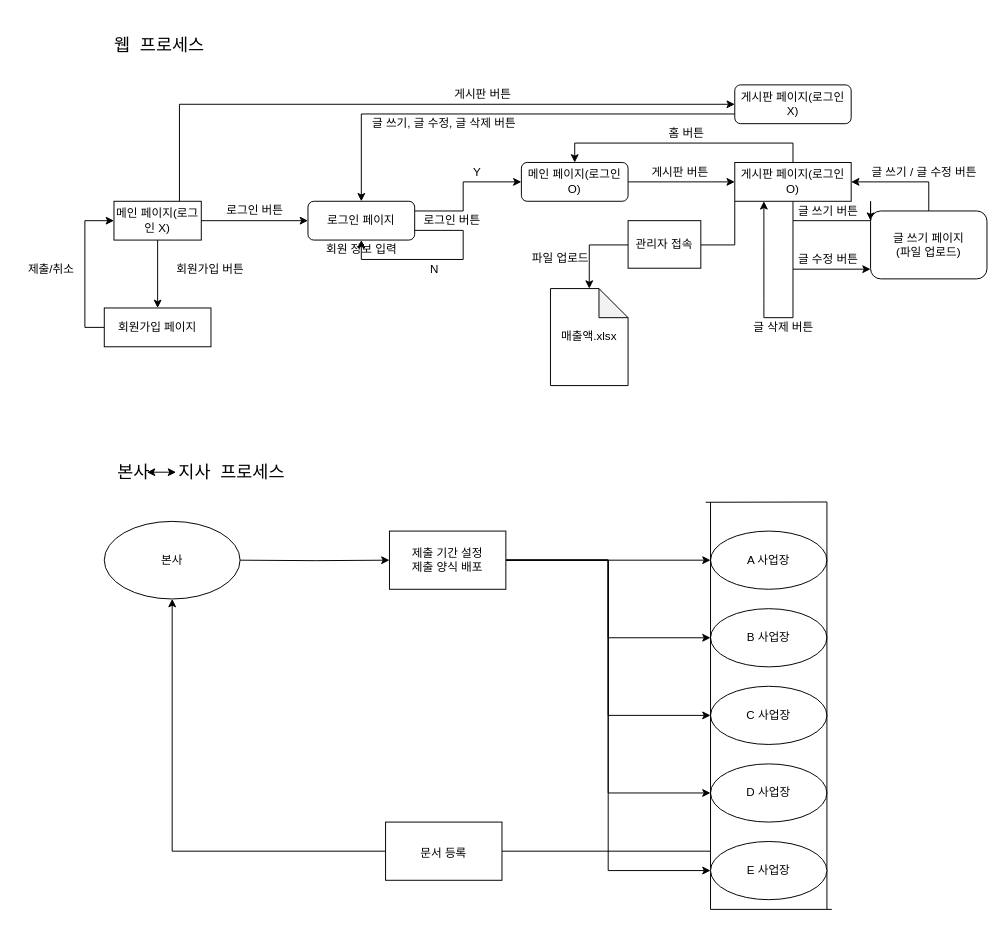
Before: Untitled Diagram.drawio in Developer-SeongBeomPark/Comento_making_board, a draw.io diagram. Source tidied: cells renumbered, new cells numbered last; positions are measured from the earlier drawing's top-left corner, leaving out a move shared by most shapes. Both pictures are drawn from the tidied source at 97%, with x=0, y=0 at pixel (16, 16).
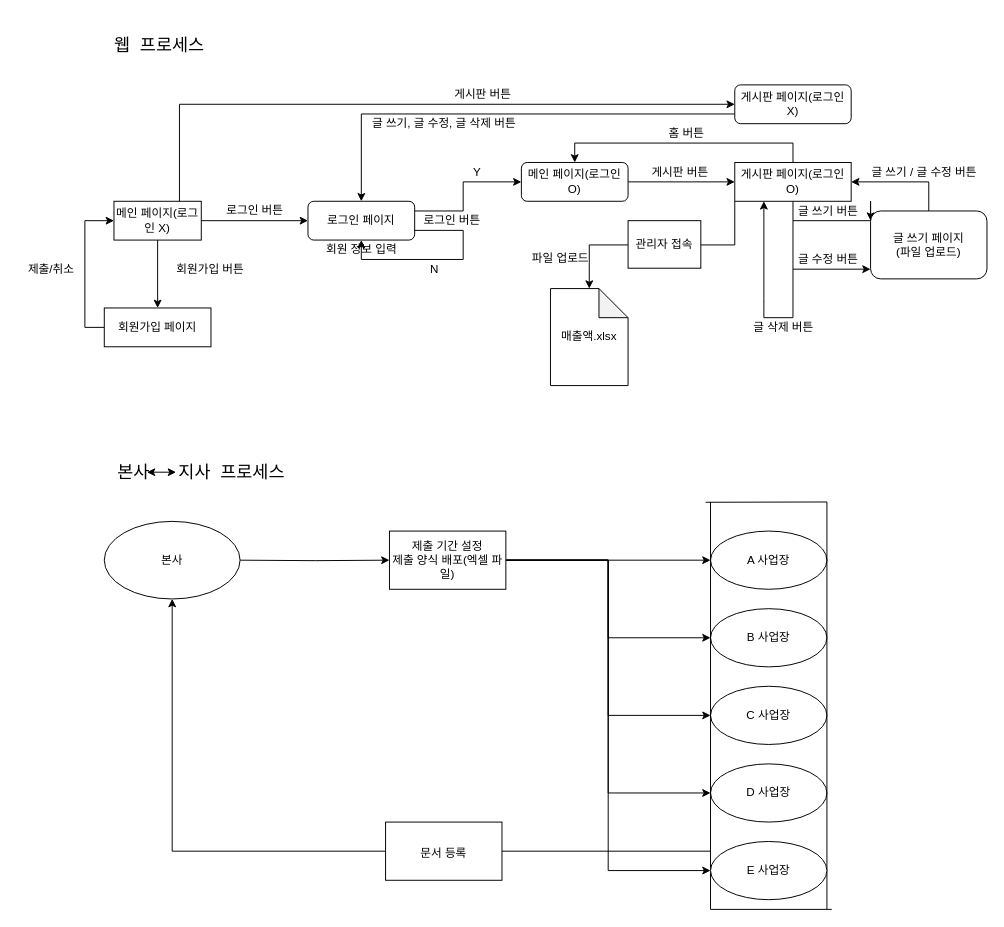
Above is the later version.

Diff of the diagram source:
```diff
@@
-    <mxCell id="47" value="제출 기간 설정&lt;br&gt;제출 양식 배포" style="whiteSpace=wrap;html=1;" parent="1" vertex="1">
+    <mxCell id="47" value="제출 기간 설정&lt;br&gt;제출 양식 배포(엑셀 파일)" style="whiteSpace=wrap;html=1;" parent="1" vertex="1">
       <mxGeometry x="384" y="530" width="120" height="60" as="geometry" />
     </mxCell>
```
